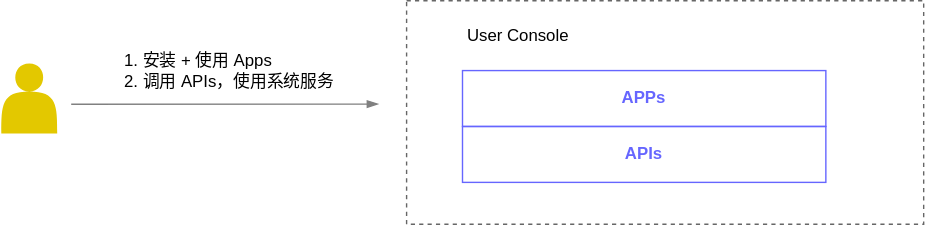
This is src/assets/overview/use-user-console.drawio.svg from t9k/ucman, a draw.io export, as it was before one commit. Source tidied: cells renumbered, new cells last; positions are measured from the earlier drawing's top-left corner, leaving out a move shared by most shapes. The source it was exported from:
```xml
<mxGraphModel>
  <root>
    <mxCell id="0" />
    <mxCell id="1" parent="0" />
    <mxCell id="2" style="rounded=0;whiteSpace=wrap;html=1;fillColor=none;strokeColor=#666666;fontColor=#333333;dashed=1;" parent="1" vertex="1">
      <mxGeometry x="290" width="370" height="160" as="geometry" />
    </mxCell>
    <mxCell id="3" value="&lt;div style=&quot;text-align: left;&quot;&gt;&lt;ol&gt;&lt;li&gt;&lt;span style=&quot;background-color: initial;&quot;&gt;安装 + 使用 Apps&lt;/span&gt;&lt;/li&gt;&lt;li&gt;&lt;span style=&quot;background-color: initial;&quot;&gt;调用 APIs，使用系统服务&lt;/span&gt;&lt;/li&gt;&lt;/ol&gt;&lt;/div&gt;" style="text;html=1;strokeColor=none;fillColor=none;align=center;verticalAlign=middle;whiteSpace=wrap;rounded=0;" parent="1" vertex="1">
      <mxGeometry x="60" y="35" width="180" height="30" as="geometry" />
    </mxCell>
    <mxCell id="4" value="User Console" style="text;html=1;strokeColor=none;fillColor=none;align=center;verticalAlign=middle;whiteSpace=wrap;rounded=0;" parent="1" vertex="1">
      <mxGeometry x="330" y="10" width="80" height="30" as="geometry" />
    </mxCell>
    <mxCell id="5" style="edgeStyle=none;html=1;fontColor=#FFFFFF;strokeColor=#808080;endArrow=blockThin;endFill=1;" parent="1" edge="1">
      <mxGeometry relative="1" as="geometry">
        <mxPoint x="50" y="74.1" as="sourcePoint" />
        <mxPoint x="270" y="74" as="targetPoint" />
      </mxGeometry>
    </mxCell>
    <mxCell id="6" style="shape=actor;whiteSpace=wrap;html=1;fillColor=#e3c800;strokeColor=none;fontColor=#000000;" parent="1" vertex="1">
      <mxGeometry y="45" width="40" height="50" as="geometry" />
    </mxCell>
    <mxCell id="7" value="&lt;font color=&quot;#6666ff&quot;&gt;&lt;b&gt;APIs&lt;/b&gt;&lt;/font&gt;" style="rounded=0;whiteSpace=wrap;html=1;fillColor=none;strokeColor=#6666FF;fontColor=#FFFFFF;" parent="1" vertex="1">
      <mxGeometry x="330" y="90" width="260" height="40" as="geometry" />
    </mxCell>
    <mxCell id="8" value="&lt;font color=&quot;#6666ff&quot;&gt;&lt;b&gt;APPs&lt;/b&gt;&lt;/font&gt;" style="rounded=0;whiteSpace=wrap;html=1;fillColor=none;strokeColor=#6666FF;fontColor=#FFFFFF;" parent="1" vertex="1">
      <mxGeometry x="330" y="50" width="260" height="40" as="geometry" />
    </mxCell>
  </root>
</mxGraphModel>
```
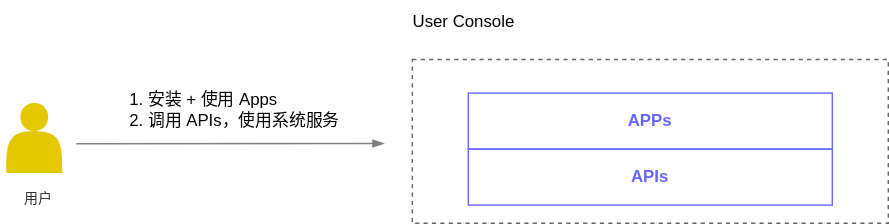
The same diagram one commit later.

Commit message:
update overview diagrams

Diff of the diagram source:
```diff
@@ -3,28 +3,31 @@
     <mxCell id="0" />
     <mxCell id="1" parent="0" />
     <mxCell id="2" style="rounded=0;whiteSpace=wrap;html=1;fillColor=none;strokeColor=#666666;fontColor=#333333;dashed=1;" parent="1" vertex="1">
-      <mxGeometry x="290" width="370" height="160" as="geometry" />
+      <mxGeometry x="361" y="105" width="340" height="117" as="geometry" />
     </mxCell>
     <mxCell id="3" value="&lt;div style=&quot;text-align: left;&quot;&gt;&lt;ol&gt;&lt;li&gt;&lt;span style=&quot;background-color: initial;&quot;&gt;安装 + 使用 Apps&lt;/span&gt;&lt;/li&gt;&lt;li&gt;&lt;span style=&quot;background-color: initial;&quot;&gt;调用 APIs，使用系统服务&lt;/span&gt;&lt;/li&gt;&lt;/ol&gt;&lt;/div&gt;" style="text;html=1;strokeColor=none;fillColor=none;align=center;verticalAlign=middle;whiteSpace=wrap;rounded=0;" parent="1" vertex="1">
-      <mxGeometry x="60" y="35" width="180" height="30" as="geometry" />
+      <mxGeometry x="131" y="126" width="180" height="30" as="geometry" />
     </mxCell>
     <mxCell id="4" value="User Console" style="text;html=1;strokeColor=none;fillColor=none;align=center;verticalAlign=middle;whiteSpace=wrap;rounded=0;" parent="1" vertex="1">
-      <mxGeometry x="330" y="10" width="80" height="30" as="geometry" />
+      <mxGeometry x="358" y="63" width="80" height="30" as="geometry" />
     </mxCell>
     <mxCell id="5" style="edgeStyle=none;html=1;fontColor=#FFFFFF;strokeColor=#808080;endArrow=blockThin;endFill=1;" parent="1" edge="1">
       <mxGeometry relative="1" as="geometry">
-        <mxPoint x="50" y="74.1" as="sourcePoint" />
-        <mxPoint x="270" y="74" as="targetPoint" />
+        <mxPoint x="121" y="165.1" as="sourcePoint" />
+        <mxPoint x="341" y="165" as="targetPoint" />
       </mxGeometry>
     </mxCell>
     <mxCell id="6" style="shape=actor;whiteSpace=wrap;html=1;fillColor=#e3c800;strokeColor=none;fontColor=#000000;" parent="1" vertex="1">
-      <mxGeometry y="45" width="40" height="50" as="geometry" />
+      <mxGeometry x="71" y="136" width="40" height="50" as="geometry" />
     </mxCell>
     <mxCell id="7" value="&lt;font color=&quot;#6666ff&quot;&gt;&lt;b&gt;APIs&lt;/b&gt;&lt;/font&gt;" style="rounded=0;whiteSpace=wrap;html=1;fillColor=none;strokeColor=#6666FF;fontColor=#FFFFFF;" parent="1" vertex="1">
-      <mxGeometry x="330" y="90" width="260" height="40" as="geometry" />
+      <mxGeometry x="401" y="169" width="260" height="40" as="geometry" />
     </mxCell>
     <mxCell id="8" value="&lt;font color=&quot;#6666ff&quot;&gt;&lt;b&gt;APPs&lt;/b&gt;&lt;/font&gt;" style="rounded=0;whiteSpace=wrap;html=1;fillColor=none;strokeColor=#6666FF;fontColor=#FFFFFF;" parent="1" vertex="1">
-      <mxGeometry x="330" y="50" width="260" height="40" as="geometry" />
+      <mxGeometry x="401" y="129" width="260" height="40" as="geometry" />
     </mxCell>
+    <mxCell id="9" value="&lt;font color=&quot;#333333&quot;&gt;&lt;span style=&quot;font-size: 10px;&quot;&gt;用户&lt;/span&gt;&lt;/font&gt;" style="text;html=1;strokeColor=none;fillColor=none;align=center;verticalAlign=middle;whiteSpace=wrap;rounded=0;" parent="1" vertex="1">
+      <mxGeometry x="67" y="193" width="54" height="21" as="geometry" />
+    </mxCell>
   </root>
 </mxGraphModel>
```
